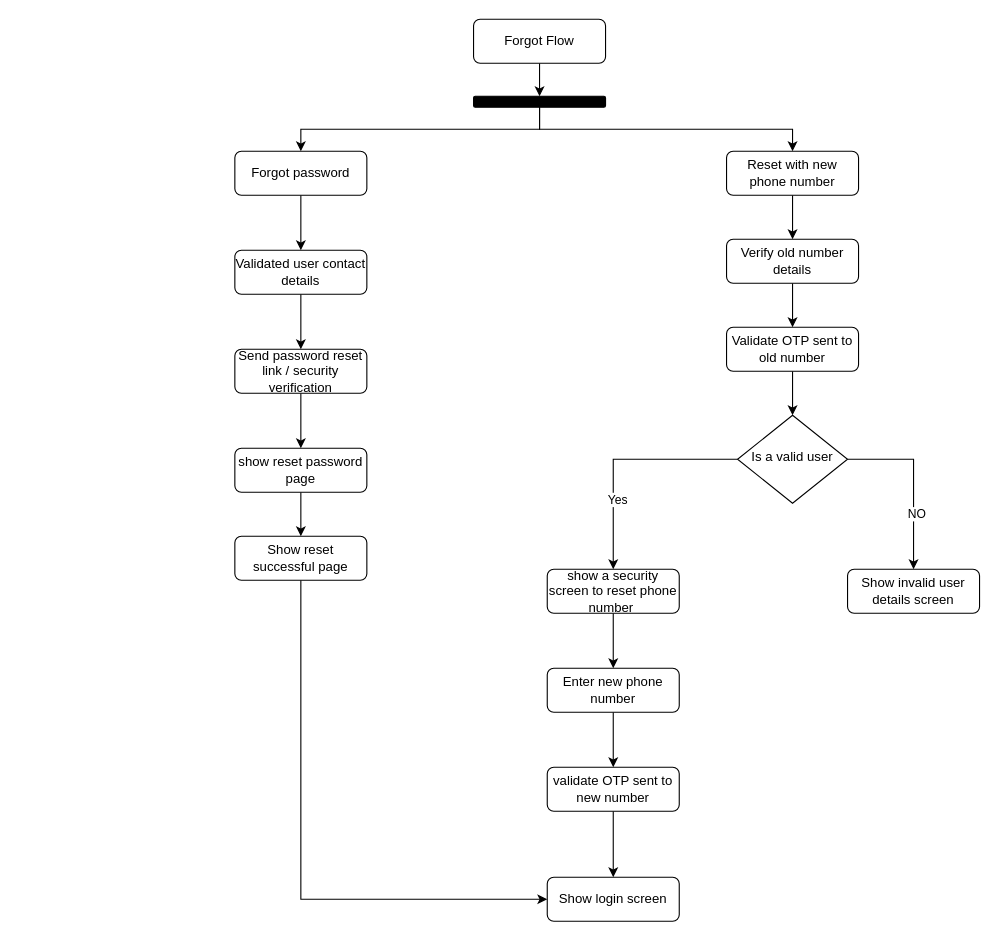
The draw.io diagram Untitled Diagram.drawio in sunnyg522/airtable, before the edit. Source tidied: cells renumbered, new cells numbered last; positions are measured from the earlier drawing's top-left corner, leaving out a move shared by most shapes. Both pictures are drawn from the tidied source at 110%, with x=0, y=0 at pixel (234, 19).
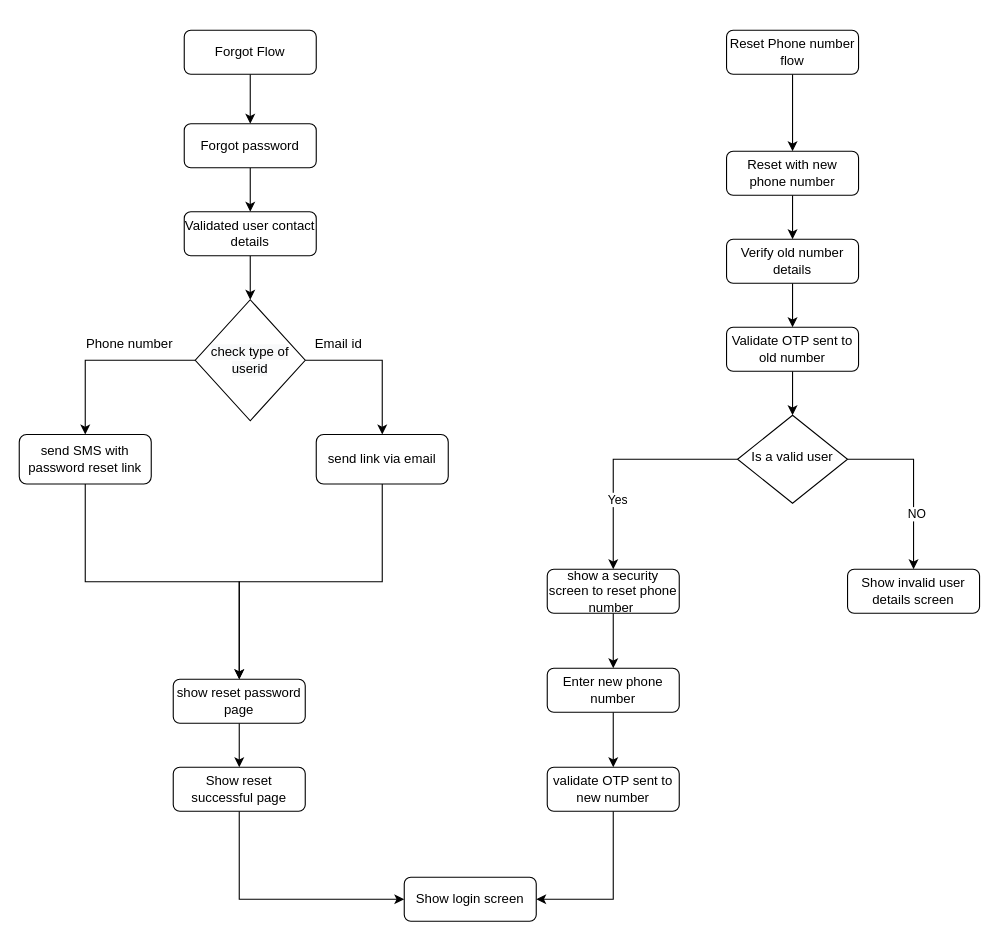
The same diagram, later.

The change refers to these unchanged cells:
```xml
<mxCell id="9" value="Reset with new phone number" style="rounded=1;whiteSpace=wrap;html=1;fontSize=12;glass=0;strokeWidth=1;shadow=0;" parent="1" vertex="1">
  <mxGeometry x="447" y="120" width="120" height="40" as="geometry" />
</mxCell>
<mxCell id="18" value="validate OTP sent to new number" style="rounded=1;whiteSpace=wrap;html=1;fontSize=12;glass=0;strokeWidth=1;shadow=0;" parent="1" vertex="1">
  <mxGeometry x="284" y="680" width="120" height="40" as="geometry" />
</mxCell>
```

Diff of the diagram source:
```diff
@@
-    <mxCell id="2" style="edgeStyle=orthogonalEdgeStyle;rounded=0;jettySize=auto;html=1;exitX=0.5;exitY=1;exitDx=0;exitDy=0;entryX=0.5;entryY=0;entryDx=0;entryDy=0;" parent="1" edge="1" source="3" target="32">
-      <mxGeometry relative="1" as="geometry" />
-    </mxCell>
+    <mxCell id="36" style="edgeStyle=orthogonalEdgeStyle;rounded=0;jettySize=auto;html=1;exitX=0.5;exitY=1;exitDx=0;exitDy=0;entryX=0.5;entryY=0;entryDx=0;entryDy=0;" parent="1" edge="1" source="3" target="7">
+      <mxGeometry relative="1" as="geometry" />
+    </mxCell>
     <mxCell id="3" value="Forgot Flow" style="rounded=1;whiteSpace=wrap;html=1;fontSize=12;glass=0;strokeWidth=1;shadow=0;" parent="1" vertex="1">
-      <mxGeometry x="217" width="120" height="40" as="geometry" />
+      <mxGeometry x="-46" y="10" width="120" height="40" as="geometry" />
     </mxCell>
@@
     <mxCell id="7" value="Forgot password" style="rounded=1;whiteSpace=wrap;html=1;fontSize=12;glass=0;strokeWidth=1;shadow=0;" parent="1" vertex="1">
-      <mxGeometry y="120" width="120" height="40" as="geometry" />
+      <mxGeometry x="-46" y="95" width="120" height="40" as="geometry" />
     </mxCell>
@@
-    <mxCell id="17" style="edgeStyle=orthogonalEdgeStyle;rounded=0;jettySize=auto;html=1;exitX=0.5;exitY=1;exitDx=0;exitDy=0;entryX=0.5;entryY=0;entryDx=0;entryDy=0;" parent="1" edge="1" source="18" target="33">
+    <mxCell id="17" style="edgeStyle=orthogonalEdgeStyle;rounded=0;jettySize=auto;html=1;exitX=0.5;exitY=1;exitDx=0;exitDy=0;entryX=1;entryY=0.5;entryDx=0;entryDy=0;" parent="1" edge="1" source="18" target="33">
       <mxGeometry relative="1" as="geometry" />
     </mxCell>
@@
-    <mxCell id="20" style="edgeStyle=orthogonalEdgeStyle;rounded=0;jettySize=auto;html=1;exitX=0.5;exitY=1;exitDx=0;exitDy=0;entryX=0.5;entryY=0;entryDx=0;entryDy=0;" parent="1" edge="1" source="21" target="23">
-      <mxGeometry relative="1" as="geometry" />
-    </mxCell>
+    <mxCell id="37" style="edgeStyle=orthogonalEdgeStyle;rounded=0;jettySize=auto;html=1;entryX=0.5;entryY=0;entryDx=0;entryDy=0;" parent="1" edge="1" source="21" target="47">
+      <mxGeometry relative="1" as="geometry" />
+    </mxCell>
     <mxCell id="21" value="Validated user contact details" style="rounded=1;whiteSpace=wrap;html=1;fontSize=12;glass=0;strokeWidth=1;shadow=0;" parent="1" vertex="1">
-      <mxGeometry y="210" width="120" height="40" as="geometry" />
+      <mxGeometry x="-46" y="175" width="120" height="40" as="geometry" />
     </mxCell>
-    <mxCell id="22" style="edgeStyle=orthogonalEdgeStyle;rounded=0;jettySize=auto;html=1;exitX=0.5;exitY=1;exitDx=0;exitDy=0;entryX=0.5;entryY=0;entryDx=0;entryDy=0;" parent="1" edge="1" source="23" target="25">
-      <mxGeometry relative="1" as="geometry" />
-    </mxCell>
-    <mxCell id="23" value="Send password reset link / security verification" style="rounded=1;whiteSpace=wrap;html=1;fontSize=12;glass=0;strokeWidth=1;shadow=0;" parent="1" vertex="1">
-      <mxGeometry y="300" width="120" height="40" as="geometry" />
-    </mxCell>
@@
     <mxCell id="25" value="show reset password page" style="rounded=1;whiteSpace=wrap;html=1;fontSize=12;glass=0;strokeWidth=1;shadow=0;" parent="1" vertex="1">
-      <mxGeometry y="390" width="120" height="40" as="geometry" />
+      <mxGeometry x="-56" y="600" width="120" height="40" as="geometry" />
     </mxCell>
@@
-    <mxCell id="30" style="edgeStyle=orthogonalEdgeStyle;rounded=0;jettySize=auto;html=1;exitX=0.5;exitY=1;exitDx=0;exitDy=0;entryX=0.5;entryY=0;entryDx=0;entryDy=0;" parent="1" edge="1" source="32" target="9">
-      <mxGeometry relative="1" as="geometry" />
-    </mxCell>
-    <mxCell id="31" style="edgeStyle=orthogonalEdgeStyle;rounded=0;jettySize=auto;html=1;exitX=0.5;exitY=1;exitDx=0;exitDy=0;" parent="1" edge="1" source="32" target="7">
-      <mxGeometry relative="1" as="geometry" />
-    </mxCell>
-    <mxCell id="32" style="rounded=1;whiteSpace=wrap;html=1;gradientColor=none;fillColor=#000000;" parent="1" vertex="1">
-      <mxGeometry x="217" y="70" width="120" height="10" as="geometry" />
-    </mxCell>
     <mxCell id="33" value="Show login screen" style="whiteSpace=wrap;html=1;rounded=1;glass=0;strokeWidth=1;shadow=0;" parent="1" vertex="1">
-      <mxGeometry x="284" y="780" width="120" height="40" as="geometry" />
+      <mxGeometry x="154" y="780" width="120" height="40" as="geometry" />
     </mxCell>
@@
     <mxCell id="35" value="Show reset successful page" style="rounded=1;whiteSpace=wrap;html=1;fontSize=12;glass=0;strokeWidth=1;shadow=0;" parent="1" vertex="1">
-      <mxGeometry y="470" width="120" height="40" as="geometry" />
+      <mxGeometry x="-56" y="680" width="120" height="40" as="geometry" />
     </mxCell>
+    <mxCell id="38" style="edgeStyle=orthogonalEdgeStyle;rounded=0;jettySize=auto;html=1;exitX=0.5;exitY=1;exitDx=0;exitDy=0;" parent="1" edge="1" source="39" target="9">
+      <mxGeometry relative="1" as="geometry" />
+    </mxCell>
+    <mxCell id="39" value="Reset Phone number flow" style="rounded=1;whiteSpace=wrap;html=1;fontSize=12;glass=0;strokeWidth=1;shadow=0;" parent="1" vertex="1">
+      <mxGeometry x="447" y="10" width="120" height="40" as="geometry" />
+    </mxCell>
+    <mxCell id="40" style="edgeStyle=orthogonalEdgeStyle;rounded=0;jettySize=auto;html=1;exitX=0;exitY=0.5;exitDx=0;exitDy=0;" parent="1" edge="1" source="47" target="43">
+      <mxGeometry relative="1" as="geometry" />
+    </mxCell>
+    <mxCell id="41" style="edgeStyle=orthogonalEdgeStyle;rounded=0;jettySize=auto;html=1;entryX=0.5;entryY=0;entryDx=0;entryDy=0;exitX=1;exitY=0.5;exitDx=0;exitDy=0;" parent="1" edge="1" source="47" target="46">
+      <mxGeometry relative="1" as="geometry" />
+    </mxCell>
+    <mxCell id="42" style="edgeStyle=orthogonalEdgeStyle;rounded=0;jettySize=auto;html=1;exitX=0.5;exitY=1;exitDx=0;exitDy=0;entryX=0.5;entryY=0;entryDx=0;entryDy=0;" parent="1" edge="1" source="43" target="25">
+      <mxGeometry relative="1" as="geometry" />
+    </mxCell>
+    <mxCell id="43" value="send SMS with password reset link" style="whiteSpace=wrap;html=1;rounded=1;glass=0;strokeWidth=1;shadow=0;" parent="1" vertex="1">
+      <mxGeometry x="-196" y="377.5" width="120" height="45" as="geometry" />
+    </mxCell>
+    <mxCell id="44" value="Phone number" style="text;html=1;align=center;verticalAlign=middle;strokeColor=none;fillColor=none;" parent="1" vertex="1">
+      <mxGeometry x="-141" y="285" width="90" height="20" as="geometry" />
+    </mxCell>
+    <mxCell id="45" style="edgeStyle=orthogonalEdgeStyle;rounded=0;jettySize=auto;html=1;exitX=0.5;exitY=1;exitDx=0;exitDy=0;entryX=0.5;entryY=0;entryDx=0;entryDy=0;" parent="1" edge="1" source="46" target="25">
+      <mxGeometry relative="1" as="geometry" />
+    </mxCell>
+    <mxCell id="46" value="send link via email" style="whiteSpace=wrap;html=1;rounded=1;glass=0;strokeWidth=1;shadow=0;" parent="1" vertex="1">
+      <mxGeometry x="74" y="377.5" width="120" height="45" as="geometry" />
+    </mxCell>
+    <mxCell id="47" value="&lt;span style=&quot;color: rgb(0, 0, 0); font-family: helvetica; font-size: 12px; font-style: normal; font-weight: 400; letter-spacing: normal; text-align: center; text-indent: 0px; text-transform: none; word-spacing: 0px; background-color: rgb(248, 249, 250); display: inline; float: none;&quot;&gt;check type of userid&lt;/span&gt;" style="rhombus;whiteSpace=wrap;html=1;fillColor=#FFFFFF;gradientColor=none;" parent="1" vertex="1">
+      <mxGeometry x="-36" y="255" width="100" height="110" as="geometry" />
+    </mxCell>
+    <mxCell id="48" value="Email id" style="text;html=1;align=center;verticalAlign=middle;strokeColor=none;fillColor=none;" parent="1" vertex="1">
+      <mxGeometry x="64" y="285" width="60" height="20" as="geometry" />
+    </mxCell>
```
